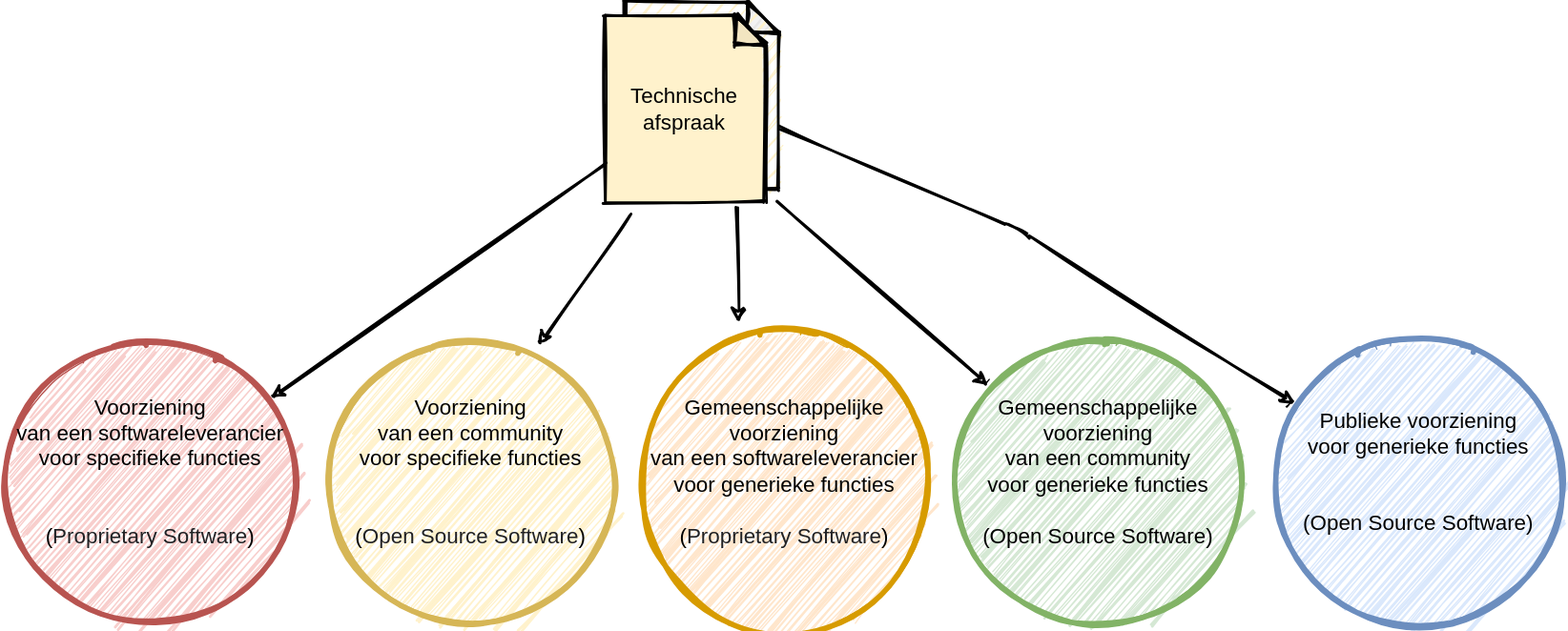
dizra/docs keeps this draw.io diagram as .gitbook/assets/implementation.svg. Above is the earlier version. Source tidied: cells renumbered, new cells last; positions are measured from the earlier drawing's top-left corner, leaving out a move shared by most shapes. Its diagram source:
```xml
<mxGraphModel>
  <root>
    <mxCell id="0" />
    <mxCell id="1" parent="0" />
    <mxCell id="2" style="ellipse;whiteSpace=wrap;html=1;fillColor=#f8cecc;sketch=1;strokeColor=#b85450;" parent="1" vertex="1">
      <mxGeometry y="250" width="220" height="220" as="geometry" />
    </mxCell>
    <mxCell id="3" value="Voorziening &lt;br style=&quot;font-size: 16px;&quot;&gt;van een softwareleverancier &lt;br style=&quot;font-size: 16px;&quot;&gt;voor specifieke functies&lt;br style=&quot;font-size: 16px;&quot;&gt;&lt;br style=&quot;font-size: 16px;&quot;&gt;&lt;br style=&quot;font-size: 16px;&quot;&gt;&lt;font style=&quot;font-size: 16px;&quot;&gt;(&lt;span style=&quot;color: rgb(32, 33, 36); font-family: arial, sans-serif; text-align: left; font-size: 16px;&quot;&gt;Proprietary Software&lt;/span&gt;&lt;/font&gt;)" style="ellipse;whiteSpace=wrap;html=1;fillColor=#f8cecc;strokeWidth=4;verticalAlign=middle;spacingBottom=16;fontSize=16;sketch=1;strokeColor=#b85450;fillStyle=auto;" parent="1" vertex="1">
      <mxGeometry y="250" width="220" height="220" as="geometry" />
    </mxCell>
    <mxCell id="4" style="shape=note;whiteSpace=wrap;html=1;backgroundOutline=1;darkOpacity=0.05;strokeColor=#000000;strokeWidth=2;fillColor=#FFF2CC;fontSize=12;size=23;sketch=1;" parent="1" vertex="1">
      <mxGeometry x="465" width="115" height="140" as="geometry" />
    </mxCell>
    <mxCell id="5" value="Technische afspraak" style="shape=note;whiteSpace=wrap;html=1;backgroundOutline=1;darkOpacity=0.05;strokeColor=#000000;strokeWidth=2;fillColor=#FFF2CC;fontSize=16;size=22;sketch=1;fillStyle=solid;" parent="1" vertex="1">
      <mxGeometry x="450" y="10" width="120" height="140" as="geometry" />
    </mxCell>
    <mxCell id="6" style="endArrow=classic;html=1;strokeWidth=2;fontSize=12;sketch=1;" parent="1" edge="1" source="5" target="3">
      <mxGeometry relative="1" as="geometry" />
    </mxCell>
    <mxCell id="7" style="ellipse;whiteSpace=wrap;html=1;fillColor=#d5e8d4;sketch=1;strokeColor=#82b366;" parent="1" vertex="1">
      <mxGeometry x="710" y="250" width="220" height="220" as="geometry" />
    </mxCell>
    <mxCell id="8" value="Gemeenschappelijke &lt;br style=&quot;font-size: 16px;&quot;&gt;voorziening &lt;br style=&quot;font-size: 16px;&quot;&gt;van een community&lt;br style=&quot;font-size: 16px;&quot;&gt;voor generieke&amp;nbsp;functies&lt;br style=&quot;font-size: 16px;&quot;&gt;&lt;br style=&quot;font-size: 16px;&quot;&gt;(Open Source Software)" style="ellipse;whiteSpace=wrap;html=1;fillColor=#d5e8d4;strokeWidth=4;verticalAlign=middle;spacingBottom=16;fontSize=16;sketch=1;strokeColor=#82b366;fillStyle=auto;" parent="1" vertex="1">
      <mxGeometry x="710" y="250" width="220" height="220" as="geometry" />
    </mxCell>
    <mxCell id="9" style="ellipse;whiteSpace=wrap;html=1;fillColor=#dae8fc;sketch=1;strokeColor=#6c8ebf;" parent="1" vertex="1">
      <mxGeometry x="950" y="250" width="220" height="220" as="geometry" />
    </mxCell>
    <mxCell id="10" value="Publieke voorziening &lt;br style=&quot;font-size: 16px;&quot;&gt;voor generieke functies&lt;br style=&quot;font-size: 16px;&quot;&gt;&lt;br style=&quot;font-size: 16px;&quot;&gt;&lt;br style=&quot;font-size: 16px;&quot;&gt;(Open Source Software)" style="ellipse;whiteSpace=wrap;html=1;fillColor=#dae8fc;strokeWidth=4;verticalAlign=middle;spacingBottom=16;fontSize=16;sketch=1;strokeColor=#6c8ebf;fillStyle=auto;" parent="1" vertex="1">
      <mxGeometry x="950" y="250" width="220" height="220" as="geometry" />
    </mxCell>
    <mxCell id="11" style="endArrow=classic;html=1;strokeWidth=2;fontSize=12;sketch=1;" parent="1" edge="1" target="8">
      <mxGeometry relative="1" as="geometry">
        <mxPoint x="580" y="150" as="sourcePoint" />
      </mxGeometry>
    </mxCell>
    <mxCell id="12" style="endArrow=classic;html=1;strokeWidth=2;fontSize=12;sketch=1;" parent="1" edge="1" source="4" target="10">
      <mxGeometry relative="1" as="geometry">
        <Array as="points">
          <mxPoint x="760" y="170" />
        </Array>
      </mxGeometry>
    </mxCell>
    <mxCell id="13" style="ellipse;whiteSpace=wrap;html=1;fillColor=#ffe6cc;sketch=1;strokeColor=#d79b00;" parent="1" vertex="1">
      <mxGeometry x="475" y="250" width="220" height="220" as="geometry" />
    </mxCell>
    <mxCell id="14" value="Gemeenschappelijke &lt;br style=&quot;font-size: 16px;&quot;&gt;voorziening &lt;br style=&quot;font-size: 16px;&quot;&gt;van een softwareleverancier &lt;br style=&quot;font-size: 16px;&quot;&gt;voor generieke functies&lt;br style=&quot;font-size: 16px;&quot;&gt;&lt;br style=&quot;font-size: 16px;&quot;&gt;&lt;font style=&quot;font-size: 16px;&quot;&gt;(&lt;span style=&quot;color: rgb(32, 33, 36); font-family: arial, sans-serif; text-align: left; font-size: 16px;&quot;&gt;Proprietary Software&lt;/span&gt;&lt;/font&gt;)" style="ellipse;whiteSpace=wrap;html=1;fillColor=#ffe6cc;strokeWidth=4;verticalAlign=middle;spacingBottom=16;fontSize=16;sketch=1;strokeColor=#d79b00;fillStyle=auto;" parent="1" vertex="1">
      <mxGeometry x="475" y="250" width="220" height="220" as="geometry" />
    </mxCell>
    <mxCell id="15" style="ellipse;whiteSpace=wrap;html=1;fillColor=#fff2cc;sketch=1;strokeColor=#d6b656;" parent="1" vertex="1">
      <mxGeometry x="240" y="250" width="220" height="220" as="geometry" />
    </mxCell>
    <mxCell id="16" value="Voorziening &lt;br style=&quot;font-size: 16px;&quot;&gt;van een community &lt;br style=&quot;font-size: 16px;&quot;&gt;voor specifieke functies&lt;br style=&quot;font-size: 16px;&quot;&gt;&lt;br style=&quot;font-size: 16px;&quot;&gt;&lt;br style=&quot;font-size: 16px;&quot;&gt;&lt;font style=&quot;font-size: 16px;&quot;&gt;(&lt;span style=&quot;color: rgb(32, 33, 36); font-family: arial, sans-serif; text-align: left; font-size: 16px;&quot;&gt;Open Source Software&lt;/span&gt;&lt;/font&gt;)" style="ellipse;whiteSpace=wrap;html=1;fillColor=#fff2cc;strokeWidth=4;verticalAlign=middle;spacingBottom=16;fontSize=16;sketch=1;strokeColor=#d6b656;fillStyle=auto;" parent="1" vertex="1">
      <mxGeometry x="240" y="250" width="220" height="220" as="geometry" />
    </mxCell>
    <mxCell id="17" style="endArrow=classic;html=1;strokeWidth=2;fontSize=12;sketch=1;exitX=0.835;exitY=1.03;exitDx=0;exitDy=0;exitPerimeter=0;" parent="1" edge="1" source="5">
      <mxGeometry relative="1" as="geometry">
        <mxPoint x="550" y="240" as="targetPoint" />
      </mxGeometry>
    </mxCell>
    <mxCell id="18" style="endArrow=classic;html=1;strokeWidth=2;fontSize=12;sketch=1;" parent="1" edge="1">
      <mxGeometry relative="1" as="geometry">
        <mxPoint x="470" y="160" as="sourcePoint" />
        <mxPoint x="400" y="257" as="targetPoint" />
      </mxGeometry>
    </mxCell>
  </root>
</mxGraphModel>
```
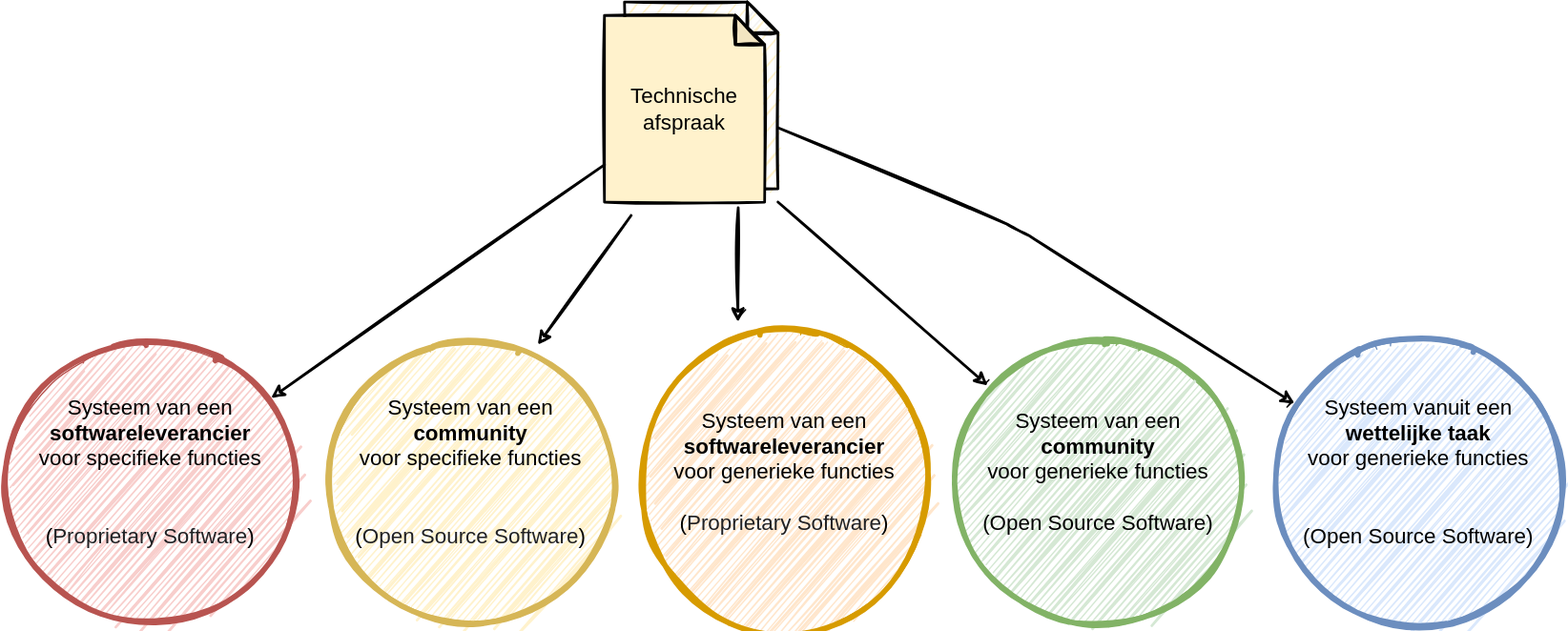
The same diagram one commit later.

What changed in the source:
```diff
@@ -5,7 +5,7 @@
     <mxCell id="2" style="ellipse;whiteSpace=wrap;html=1;fillColor=#f8cecc;sketch=1;strokeColor=#b85450;" parent="1" vertex="1">
       <mxGeometry y="250" width="220" height="220" as="geometry" />
     </mxCell>
-    <mxCell id="3" value="Voorziening &lt;br style=&quot;font-size: 16px;&quot;&gt;van een softwareleverancier &lt;br style=&quot;font-size: 16px;&quot;&gt;voor specifieke functies&lt;br style=&quot;font-size: 16px;&quot;&gt;&lt;br style=&quot;font-size: 16px;&quot;&gt;&lt;br style=&quot;font-size: 16px;&quot;&gt;&lt;font style=&quot;font-size: 16px;&quot;&gt;(&lt;span style=&quot;color: rgb(32, 33, 36); font-family: arial, sans-serif; text-align: left; font-size: 16px;&quot;&gt;Proprietary Software&lt;/span&gt;&lt;/font&gt;)" style="ellipse;whiteSpace=wrap;html=1;fillColor=#f8cecc;strokeWidth=4;verticalAlign=middle;spacingBottom=16;fontSize=16;sketch=1;strokeColor=#b85450;fillStyle=auto;" parent="1" vertex="1">
+    <mxCell id="3" value="Systeem van een &lt;b&gt;softwareleverancier &lt;/b&gt;&lt;br style=&quot;font-size: 16px&quot;&gt;voor specifieke functies&lt;br style=&quot;font-size: 16px&quot;&gt;&lt;br style=&quot;font-size: 16px&quot;&gt;&lt;br style=&quot;font-size: 16px&quot;&gt;&lt;font style=&quot;font-size: 16px&quot;&gt;(&lt;span style=&quot;color: rgb(32 , 33 , 36) ; font-family: &amp;#34;arial&amp;#34; , sans-serif ; text-align: left ; font-size: 16px&quot;&gt;Proprietary Software&lt;/span&gt;&lt;/font&gt;)" style="ellipse;whiteSpace=wrap;html=1;fillColor=#f8cecc;strokeWidth=4;verticalAlign=middle;spacingBottom=16;fontSize=16;sketch=1;strokeColor=#b85450;fillStyle=auto;" parent="1" vertex="1">
       <mxGeometry y="250" width="220" height="220" as="geometry" />
     </mxCell>
     <mxCell id="4" style="shape=note;whiteSpace=wrap;html=1;backgroundOutline=1;darkOpacity=0.05;strokeColor=#000000;strokeWidth=2;fillColor=#FFF2CC;fontSize=12;size=23;sketch=1;" parent="1" vertex="1">
@@ -20,13 +20,13 @@
     <mxCell id="7" style="ellipse;whiteSpace=wrap;html=1;fillColor=#d5e8d4;sketch=1;strokeColor=#82b366;" parent="1" vertex="1">
       <mxGeometry x="710" y="250" width="220" height="220" as="geometry" />
     </mxCell>
-    <mxCell id="8" value="Gemeenschappelijke &lt;br style=&quot;font-size: 16px;&quot;&gt;voorziening &lt;br style=&quot;font-size: 16px;&quot;&gt;van een community&lt;br style=&quot;font-size: 16px;&quot;&gt;voor generieke&amp;nbsp;functies&lt;br style=&quot;font-size: 16px;&quot;&gt;&lt;br style=&quot;font-size: 16px;&quot;&gt;(Open Source Software)" style="ellipse;whiteSpace=wrap;html=1;fillColor=#d5e8d4;strokeWidth=4;verticalAlign=middle;spacingBottom=16;fontSize=16;sketch=1;strokeColor=#82b366;fillStyle=auto;" parent="1" vertex="1">
+    <mxCell id="8" value="Systeem van een &lt;br&gt;&lt;b&gt;community&lt;/b&gt;&lt;br style=&quot;font-size: 16px&quot;&gt;voor generieke&amp;nbsp;functies&lt;br style=&quot;font-size: 16px&quot;&gt;&lt;br style=&quot;font-size: 16px&quot;&gt;(Open Source Software)" style="ellipse;whiteSpace=wrap;html=1;fillColor=#d5e8d4;strokeWidth=4;verticalAlign=middle;spacingBottom=16;fontSize=16;sketch=1;strokeColor=#82b366;fillStyle=auto;" parent="1" vertex="1">
       <mxGeometry x="710" y="250" width="220" height="220" as="geometry" />
     </mxCell>
     <mxCell id="9" style="ellipse;whiteSpace=wrap;html=1;fillColor=#dae8fc;sketch=1;strokeColor=#6c8ebf;" parent="1" vertex="1">
       <mxGeometry x="950" y="250" width="220" height="220" as="geometry" />
     </mxCell>
-    <mxCell id="10" value="Publieke voorziening &lt;br style=&quot;font-size: 16px;&quot;&gt;voor generieke functies&lt;br style=&quot;font-size: 16px;&quot;&gt;&lt;br style=&quot;font-size: 16px;&quot;&gt;&lt;br style=&quot;font-size: 16px;&quot;&gt;(Open Source Software)" style="ellipse;whiteSpace=wrap;html=1;fillColor=#dae8fc;strokeWidth=4;verticalAlign=middle;spacingBottom=16;fontSize=16;sketch=1;strokeColor=#6c8ebf;fillStyle=auto;" parent="1" vertex="1">
+    <mxCell id="10" value="Systeem vanuit een &lt;br&gt;&lt;b&gt;wettelijke taak&lt;br style=&quot;font-size: 16px&quot;&gt;&lt;/b&gt;voor generieke functies&lt;br style=&quot;font-size: 16px&quot;&gt;&lt;br style=&quot;font-size: 16px&quot;&gt;&lt;br style=&quot;font-size: 16px&quot;&gt;(Open Source Software)" style="ellipse;whiteSpace=wrap;html=1;fillColor=#dae8fc;strokeWidth=4;verticalAlign=middle;spacingBottom=16;fontSize=16;sketch=1;strokeColor=#6c8ebf;fillStyle=auto;" parent="1" vertex="1">
       <mxGeometry x="950" y="250" width="220" height="220" as="geometry" />
     </mxCell>
     <mxCell id="11" style="endArrow=classic;html=1;strokeWidth=2;fontSize=12;sketch=1;" parent="1" edge="1" target="8">
@@ -44,13 +44,13 @@
     <mxCell id="13" style="ellipse;whiteSpace=wrap;html=1;fillColor=#ffe6cc;sketch=1;strokeColor=#d79b00;" parent="1" vertex="1">
       <mxGeometry x="475" y="250" width="220" height="220" as="geometry" />
     </mxCell>
-    <mxCell id="14" value="Gemeenschappelijke &lt;br style=&quot;font-size: 16px;&quot;&gt;voorziening &lt;br style=&quot;font-size: 16px;&quot;&gt;van een softwareleverancier &lt;br style=&quot;font-size: 16px;&quot;&gt;voor generieke functies&lt;br style=&quot;font-size: 16px;&quot;&gt;&lt;br style=&quot;font-size: 16px;&quot;&gt;&lt;font style=&quot;font-size: 16px;&quot;&gt;(&lt;span style=&quot;color: rgb(32, 33, 36); font-family: arial, sans-serif; text-align: left; font-size: 16px;&quot;&gt;Proprietary Software&lt;/span&gt;&lt;/font&gt;)" style="ellipse;whiteSpace=wrap;html=1;fillColor=#ffe6cc;strokeWidth=4;verticalAlign=middle;spacingBottom=16;fontSize=16;sketch=1;strokeColor=#d79b00;fillStyle=auto;" parent="1" vertex="1">
+    <mxCell id="14" value="Systeem&amp;nbsp;van een &lt;b&gt;softwareleverancier &lt;/b&gt;&lt;br style=&quot;font-size: 16px&quot;&gt;voor generieke functies&lt;br style=&quot;font-size: 16px&quot;&gt;&lt;br style=&quot;font-size: 16px&quot;&gt;&lt;font style=&quot;font-size: 16px&quot;&gt;(&lt;span style=&quot;color: rgb(32 , 33 , 36) ; font-family: &amp;#34;arial&amp;#34; , sans-serif ; text-align: left ; font-size: 16px&quot;&gt;Proprietary Software&lt;/span&gt;&lt;/font&gt;)" style="ellipse;whiteSpace=wrap;html=1;fillColor=#ffe6cc;strokeWidth=4;verticalAlign=middle;spacingBottom=16;fontSize=16;sketch=1;strokeColor=#d79b00;fillStyle=auto;" parent="1" vertex="1">
       <mxGeometry x="475" y="250" width="220" height="220" as="geometry" />
     </mxCell>
     <mxCell id="15" style="ellipse;whiteSpace=wrap;html=1;fillColor=#fff2cc;sketch=1;strokeColor=#d6b656;" parent="1" vertex="1">
       <mxGeometry x="240" y="250" width="220" height="220" as="geometry" />
     </mxCell>
-    <mxCell id="16" value="Voorziening &lt;br style=&quot;font-size: 16px;&quot;&gt;van een community &lt;br style=&quot;font-size: 16px;&quot;&gt;voor specifieke functies&lt;br style=&quot;font-size: 16px;&quot;&gt;&lt;br style=&quot;font-size: 16px;&quot;&gt;&lt;br style=&quot;font-size: 16px;&quot;&gt;&lt;font style=&quot;font-size: 16px;&quot;&gt;(&lt;span style=&quot;color: rgb(32, 33, 36); font-family: arial, sans-serif; text-align: left; font-size: 16px;&quot;&gt;Open Source Software&lt;/span&gt;&lt;/font&gt;)" style="ellipse;whiteSpace=wrap;html=1;fillColor=#fff2cc;strokeWidth=4;verticalAlign=middle;spacingBottom=16;fontSize=16;sketch=1;strokeColor=#d6b656;fillStyle=auto;" parent="1" vertex="1">
+    <mxCell id="16" value="Systeem van een &lt;br&gt;&lt;b&gt;community &lt;/b&gt;&lt;br style=&quot;font-size: 16px&quot;&gt;voor specifieke functies&lt;br style=&quot;font-size: 16px&quot;&gt;&lt;br style=&quot;font-size: 16px&quot;&gt;&lt;br style=&quot;font-size: 16px&quot;&gt;&lt;font style=&quot;font-size: 16px&quot;&gt;(&lt;span style=&quot;color: rgb(32 , 33 , 36) ; font-family: &amp;#34;arial&amp;#34; , sans-serif ; text-align: left ; font-size: 16px&quot;&gt;Open Source Software&lt;/span&gt;&lt;/font&gt;)" style="ellipse;whiteSpace=wrap;html=1;fillColor=#fff2cc;strokeWidth=4;verticalAlign=middle;spacingBottom=16;fontSize=16;sketch=1;strokeColor=#d6b656;fillStyle=auto;" parent="1" vertex="1">
       <mxGeometry x="240" y="250" width="220" height="220" as="geometry" />
     </mxCell>
     <mxCell id="17" style="endArrow=classic;html=1;strokeWidth=2;fontSize=12;sketch=1;exitX=0.835;exitY=1.03;exitDx=0;exitDy=0;exitPerimeter=0;" parent="1" edge="1" source="5">
```
